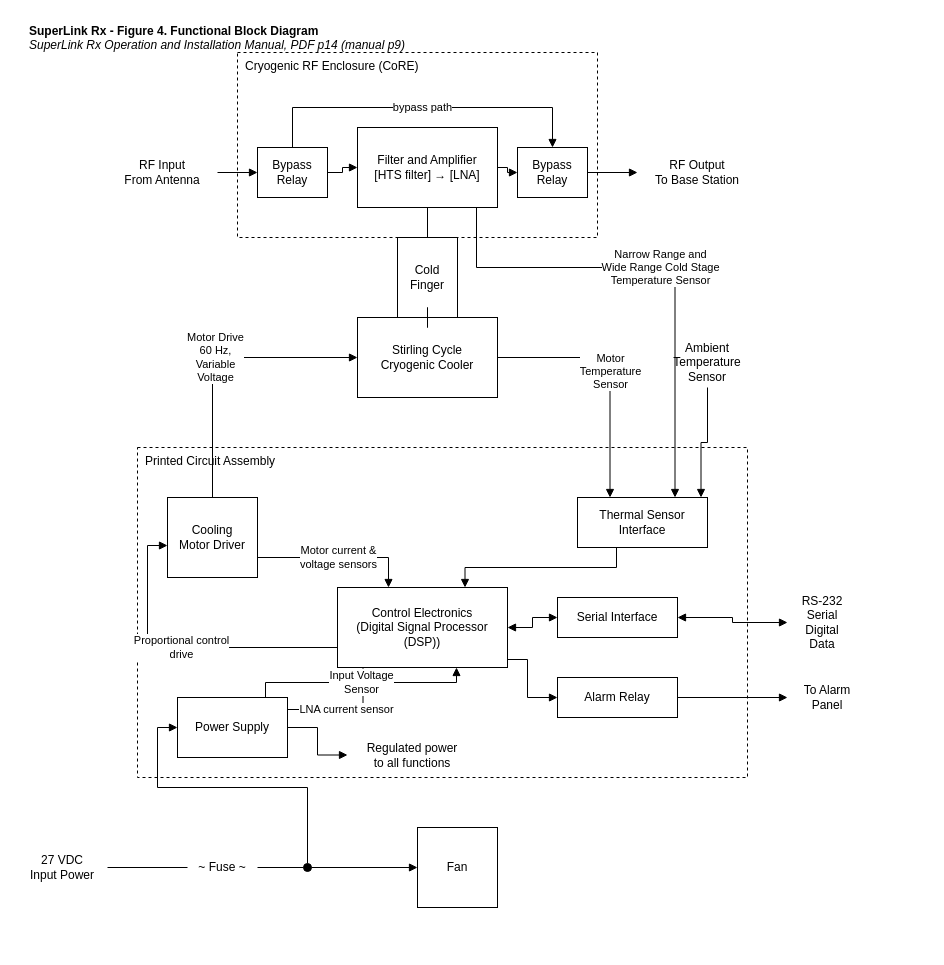
jhyland87/Cryocooler-Controller keeps this draw.io diagram as docs/oem-controller/manuals/diagrams/superlink_fig4_functional_block.drawio. Above is the earlier version. Source tidied: cells renumbered, new cells numbered last; positions are measured from the earlier drawing's top-left corner, leaving out a move shared by most shapes. Both pictures are drawn from the tidied source at 100%, with x=0, y=0 at pixel (17, 17).
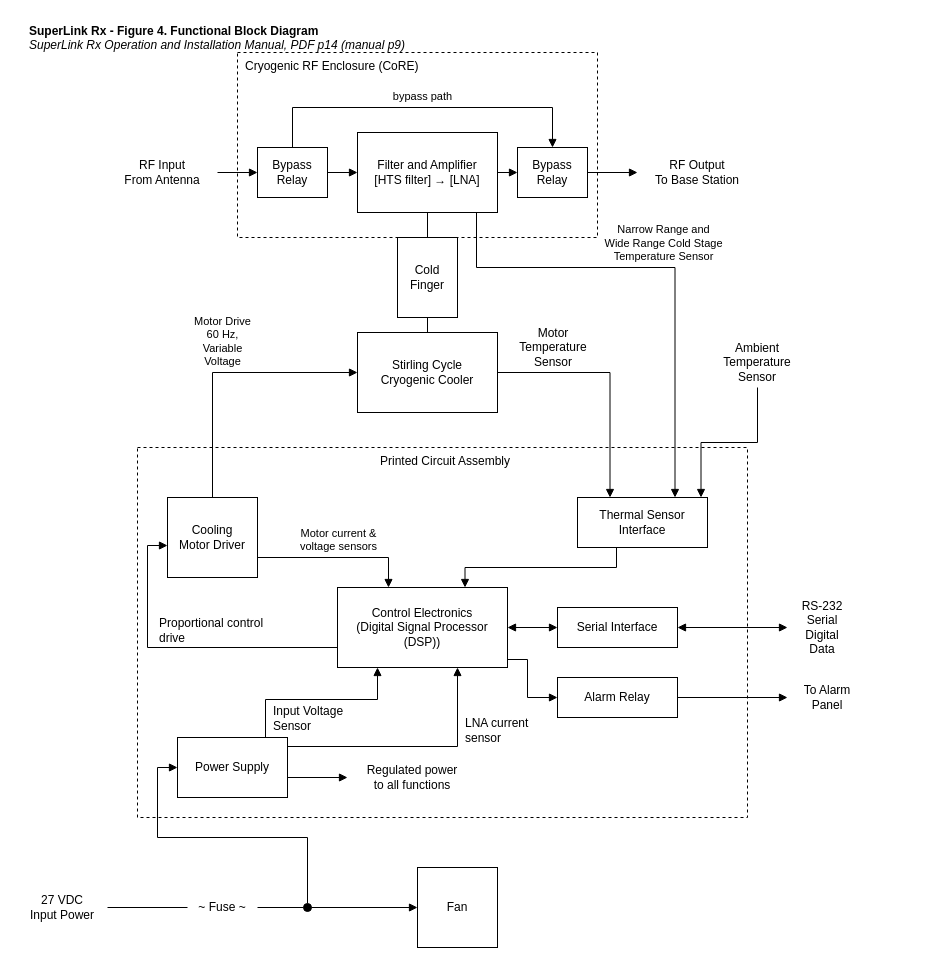
The same page after the edit.

The change refers to these unchanged cells:
```xml
<mxCell id="4" value="Bypass&lt;br&gt;Relay" style="rounded=0;whiteSpace=wrap;html=1;" parent="1" vertex="1">
  <mxGeometry x="240" y="130" width="70" height="50" as="geometry" />
</mxCell>
<mxCell id="6" value="Bypass&lt;br&gt;Relay" style="rounded=0;whiteSpace=wrap;html=1;" parent="1" vertex="1">
  <mxGeometry x="500" y="130" width="70" height="50" as="geometry" />
</mxCell>
<mxCell id="13" value="Cooling&lt;br&gt;Motor Driver" style="rounded=0;whiteSpace=wrap;html=1;" parent="1" vertex="1">
  <mxGeometry x="150" y="480" width="90" height="80" as="geometry" />
</mxCell>
<mxCell id="14" value="Thermal Sensor&lt;br&gt;Interface" style="rounded=0;whiteSpace=wrap;html=1;" parent="1" vertex="1">
  <mxGeometry x="560" y="480" width="130" height="50" as="geometry" />
</mxCell>
<mxCell id="15" value="Control Electronics&lt;br&gt;(Digital Signal Processor&lt;br&gt;(DSP))" style="rounded=0;whiteSpace=wrap;html=1;" parent="1" vertex="1">
  <mxGeometry x="320" y="570" width="170" height="80" as="geometry" />
</mxCell>
```

Diff of the diagram source:
```diff
@@
     <mxCell id="5" value="Filter and Amplifier&lt;br&gt;[HTS filter] → [LNA]" style="rounded=0;whiteSpace=wrap;html=1;" parent="1" vertex="1">
-      <mxGeometry x="340" y="110" width="140" height="80" as="geometry" />
+      <mxGeometry x="340" y="115" width="140" height="80" as="geometry" />
     </mxCell>
@@
     <mxCell id="10" value="Stirling Cycle&lt;br&gt;Cryogenic Cooler" style="rounded=0;whiteSpace=wrap;html=1;" parent="1" vertex="1">
-      <mxGeometry x="340" y="300" width="140" height="80" as="geometry" />
+      <mxGeometry x="340" y="315" width="140" height="80" as="geometry" />
     </mxCell>
     <mxCell id="11" value="Ambient&lt;br&gt;Temperature&lt;br&gt;Sensor" style="text;html=1;align=center;verticalAlign=middle;whiteSpace=wrap;strokeColor=none;fillColor=none;" parent="1" vertex="1">
-      <mxGeometry x="640" y="320" width="100" height="50" as="geometry" />
+      <mxGeometry x="690" y="320" width="100" height="50" as="geometry" />
     </mxCell>
-    <mxCell id="12" value="Printed Circuit Assembly" style="rounded=0;whiteSpace=wrap;html=1;dashed=1;fillColor=none;verticalAlign=top;align=left;spacingLeft=6;" parent="1" vertex="1">
-      <mxGeometry x="120" y="430" width="610" height="330" as="geometry" />
+    <mxCell id="12" value="Printed Circuit Assembly" style="rounded=0;whiteSpace=wrap;html=1;dashed=1;fillColor=none;verticalAlign=top;align=left;spacingLeft=6;align=center;" parent="1" vertex="1">
+      <mxGeometry x="120" y="430" width="610" height="370" as="geometry" />
     </mxCell>
@@
     <mxCell id="16" value="Serial Interface" style="rounded=0;whiteSpace=wrap;html=1;" parent="1" vertex="1">
-      <mxGeometry x="540" y="580" width="120" height="40" as="geometry" />
+      <mxGeometry x="540" y="590" width="120" height="40" as="geometry" />
     </mxCell>
     <mxCell id="17" value="RS-232&lt;br&gt;Serial&lt;br&gt;Digital&lt;br&gt;Data" style="text;html=1;align=center;verticalAlign=middle;whiteSpace=wrap;strokeColor=none;fillColor=none;" parent="1" vertex="1">
-      <mxGeometry x="770" y="570" width="70" height="70" as="geometry" />
+      <mxGeometry x="770" y="575" width="70" height="70" as="geometry" />
     </mxCell>
@@
     <mxCell id="20" value="Power Supply" style="rounded=0;whiteSpace=wrap;html=1;" parent="1" vertex="1">
-      <mxGeometry x="160" y="680" width="110" height="60" as="geometry" />
+      <mxGeometry x="160" y="720" width="110" height="60" as="geometry" />
     </mxCell>
     <mxCell id="21" value="Regulated power&lt;br&gt;to all functions" style="text;html=1;align=center;verticalAlign=middle;whiteSpace=wrap;strokeColor=none;fillColor=none;" parent="1" vertex="1">
-      <mxGeometry x="330" y="720" width="130" height="35" as="geometry" />
+      <mxGeometry x="330" y="742" width="130" height="36" as="geometry" />
     </mxCell>
     <mxCell id="22" value="27 VDC&lt;br&gt;Input Power" style="text;html=1;align=center;verticalAlign=middle;whiteSpace=wrap;strokeColor=none;fillColor=none;" parent="1" vertex="1">
-      <mxGeometry y="830" width="90" height="40" as="geometry" />
+      <mxGeometry y="870" width="90" height="40" as="geometry" />
     </mxCell>
     <mxCell id="23" value="~ Fuse ~" style="text;html=1;align=center;verticalAlign=middle;whiteSpace=wrap;strokeColor=none;fillColor=none;" parent="1" vertex="1">
-      <mxGeometry x="170" y="840" width="70" height="20" as="geometry" />
+      <mxGeometry x="170" y="880" width="70" height="20" as="geometry" />
     </mxCell>
     <mxCell id="24" style="ellipse;html=1;fillColor=#000000;strokeColor=#000000;" parent="1" vertex="1">
-      <mxGeometry x="286" y="846" width="8" height="8" as="geometry" />
+      <mxGeometry x="286" y="886" width="8" height="8" as="geometry" />
     </mxCell>
     <mxCell id="25" value="Fan" style="rounded=0;whiteSpace=wrap;html=1;" parent="1" vertex="1">
-      <mxGeometry x="400" y="810" width="80" height="80" as="geometry" />
+      <mxGeometry x="400" y="850" width="80" height="80" as="geometry" />
     </mxCell>
@@
-    <mxCell id="30" value="bypass path" style="edgeStyle=orthogonalEdgeStyle;rounded=0;html=1;endArrow=block;endFill=1;exitX=0.5;exitY=0;exitDx=0;exitDy=0;entryX=0.5;entryY=0;entryDx=0;entryDy=0;" parent="1" edge="1" source="4" target="6">
+    <mxCell id="30" value="bypass path" style="edgeStyle=orthogonalEdgeStyle;rounded=0;html=1;endArrow=block;endFill=1;exitX=0.5;exitY=0;exitDx=0;exitDy=0;entryX=0.5;entryY=0;entryDx=0;entryDy=0;verticalAlign=bottom;labelBackgroundColor=none;spacingBottom=2;" parent="1" edge="1" source="4" target="6">
       <mxGeometry relative="1" as="geometry">
         <Array as="points">
           <mxPoint x="275" y="90" />
           <mxPoint x="535" y="90" />
         </Array>
       </mxGeometry>
     </mxCell>
@@
-    <mxCell id="33" value="Narrow Range and&lt;br&gt;Wide Range Cold Stage&lt;br&gt;Temperature Sensor" style="edgeStyle=orthogonalEdgeStyle;rounded=0;html=1;endArrow=block;endFill=1;exitX=0.85;exitY=1;exitDx=0;exitDy=0;entryX=0.75;entryY=0;entryDx=0;entryDy=0;" parent="1" edge="1" source="5" target="14">
+    <mxCell id="33" value="Narrow Range and&lt;br&gt;Wide Range Cold Stage&lt;br&gt;Temperature Sensor" style="edgeStyle=orthogonalEdgeStyle;rounded=0;html=1;endArrow=block;endFill=1;exitX=0.85;exitY=1;exitDx=0;exitDy=0;entryX=0.75;entryY=0;entryDx=0;entryDy=0;verticalAlign=bottom;labelBackgroundColor=none;spacingBottom=2;" parent="1" edge="1" source="5" target="14">
       <mxGeometry relative="1" as="geometry">
         <Array as="points">
           <mxPoint x="459" y="250" />
           <mxPoint x="657" y="250" />
         </Array>
       </mxGeometry>
     </mxCell>
-    <mxCell id="34" value="Motor&lt;br&gt;Temperature&lt;br&gt;Sensor" style="edgeStyle=orthogonalEdgeStyle;rounded=0;html=1;endArrow=block;endFill=1;entryX=0.25;entryY=0;entryDx=0;entryDy=0;" parent="1" edge="1" source="10" target="14">
+    <mxCell id="34" style="edgeStyle=orthogonalEdgeStyle;rounded=0;html=1;endArrow=block;endFill=1;entryX=0.25;entryY=0;entryDx=0;entryDy=0;" parent="1" edge="1" source="10" target="14">
       <mxGeometry relative="1" as="geometry">
         <Array as="points">
-          <mxPoint x="592" y="340" />
+          <mxPoint x="592" y="355" />
         </Array>
       </mxGeometry>
     </mxCell>
+    <mxCell id="51" value="Motor&lt;br&gt;Temperature&lt;br&gt;Sensor" style="text;html=1;align=center;verticalAlign=middle;whiteSpace=wrap;strokeColor=none;fillColor=none;" parent="1" vertex="1">
+      <mxGeometry x="486" y="309" width="100" height="42" as="geometry" />
+    </mxCell>
@@
-    <mxCell id="36" value="Motor Drive&lt;br&gt;60 Hz,&lt;br&gt;Variable&lt;br&gt;Voltage" style="edgeStyle=orthogonalEdgeStyle;rounded=0;html=1;endArrow=block;endFill=1;exitX=0.5;exitY=0;exitDx=0;exitDy=0;entryX=0;entryY=0.5;entryDx=0;entryDy=0;" parent="1" edge="1" source="13" target="10">
+    <mxCell id="36" value="Motor Drive&lt;br&gt;60 Hz,&lt;br&gt;Variable&lt;br&gt;Voltage" style="edgeStyle=orthogonalEdgeStyle;rounded=0;html=1;endArrow=block;endFill=1;exitX=0.5;exitY=0;exitDx=0;exitDy=0;entryX=0;entryY=0.5;entryDx=0;entryDy=0;verticalAlign=bottom;labelBackgroundColor=none;spacingBottom=2;" parent="1" edge="1" source="13" target="10">
       <mxGeometry relative="1" as="geometry">
         <Array as="points">
-          <mxPoint x="195" y="340" />
+          <mxPoint x="195" y="355" />
         </Array>
       </mxGeometry>
     </mxCell>
-    <mxCell id="37" value="Motor current &amp;amp;&lt;br&gt;voltage sensors" style="edgeStyle=orthogonalEdgeStyle;rounded=0;html=1;endArrow=block;endFill=1;exitX=1;exitY=0.75;exitDx=0;exitDy=0;entryX=0.3;entryY=0;entryDx=0;entryDy=0;" parent="1" edge="1" source="13" target="15">
+    <mxCell id="37" value="Motor current &amp;amp;&lt;br&gt;voltage sensors" style="edgeStyle=orthogonalEdgeStyle;rounded=0;html=1;endArrow=block;endFill=1;exitX=1;exitY=0.75;exitDx=0;exitDy=0;entryX=0.3;entryY=0;entryDx=0;entryDy=0;verticalAlign=bottom;labelBackgroundColor=none;spacingBottom=2;" parent="1" edge="1" source="13" target="15">
       <mxGeometry relative="1" as="geometry">
         <Array as="points">
           <mxPoint x="371" y="540" />
         </Array>
       </mxGeometry>
     </mxCell>
@@
-    <mxCell id="41" value="Proportional control&lt;br&gt;drive" style="edgeStyle=orthogonalEdgeStyle;rounded=0;html=1;endArrow=block;endFill=1;exitX=0;exitY=0.75;exitDx=0;exitDy=0;entryX=0;entryY=0.6;entryDx=0;entryDy=0;" parent="1" edge="1" source="15" target="13">
+    <mxCell id="41" style="edgeStyle=orthogonalEdgeStyle;rounded=0;html=1;endArrow=block;endFill=1;exitX=0;exitY=0.75;exitDx=0;exitDy=0;entryX=0;entryY=0.6;entryDx=0;entryDy=0;" parent="1" edge="1" source="15" target="13">
       <mxGeometry relative="1" as="geometry">
         <Array as="points">
           <mxPoint x="130" y="630" />
           <mxPoint x="130" y="528" />
         </Array>
       </mxGeometry>
     </mxCell>
+    <mxCell id="52" value="Proportional control&lt;br&gt;drive" style="text;html=1;align=center;verticalAlign=middle;whiteSpace=wrap;strokeColor=none;fillColor=none;align=left;" parent="1" vertex="1">
+      <mxGeometry x="140" y="598" width="175" height="30" as="geometry" />
+    </mxCell>
@@
-    <mxCell id="44" value="LNA current sensor" style="edgeStyle=orthogonalEdgeStyle;rounded=0;html=1;endArrow=block;endFill=1;exitX=1;exitY=0.2;exitDx=0;exitDy=0;entryX=0.15;entryY=1;entryDx=0;entryDy=0;" parent="1" edge="1" source="20" target="15">
+    <mxCell id="44" style="edgeStyle=orthogonalEdgeStyle;rounded=0;html=1;endArrow=block;endFill=1;exitX=1;exitY=0.15;exitDx=0;exitDy=0;entryX=0.7058823529411765;entryY=1;entryDx=0;entryDy=0;" parent="1" edge="1" source="20" target="15">
       <mxGeometry relative="1" as="geometry">
         <Array as="points">
-          <mxPoint x="345" y="692" />
+          <mxPoint x="440" y="729" />
         </Array>
       </mxGeometry>
     </mxCell>
+    <mxCell id="53" value="LNA current&lt;br&gt;sensor" style="text;html=1;align=center;verticalAlign=middle;whiteSpace=wrap;strokeColor=none;fillColor=none;align=left;" parent="1" vertex="1">
+      <mxGeometry x="446" y="698" width="90" height="30" as="geometry" />
+    </mxCell>
-    <mxCell id="45" value="Input Voltage&lt;br&gt;Sensor" style="edgeStyle=orthogonalEdgeStyle;rounded=0;html=1;endArrow=block;endFill=1;exitX=0.8;exitY=0;exitDx=0;exitDy=0;entryX=0.7;entryY=1;entryDx=0;entryDy=0;" parent="1" edge="1" source="20" target="15">
+    <mxCell id="45" style="edgeStyle=orthogonalEdgeStyle;rounded=0;html=1;endArrow=block;endFill=1;exitX=0.8;exitY=0;exitDx=0;exitDy=0;entryX=0.23529411764705882;entryY=1;entryDx=0;entryDy=0;" parent="1" edge="1" source="20" target="15">
       <mxGeometry relative="1" as="geometry">
         <Array as="points">
-          <mxPoint x="248" y="665" />
-          <mxPoint x="439" y="665" />
+          <mxPoint x="248" y="682" />
+          <mxPoint x="360" y="682" />
         </Array>
       </mxGeometry>
     </mxCell>
+    <mxCell id="54" value="Input Voltage&lt;br&gt;Sensor" style="text;html=1;align=center;verticalAlign=middle;whiteSpace=wrap;strokeColor=none;fillColor=none;align=left;" parent="1" vertex="1">
+      <mxGeometry x="254" y="686" width="100" height="30" as="geometry" />
+    </mxCell>
-    <mxCell id="46" style="edgeStyle=orthogonalEdgeStyle;rounded=0;html=1;endArrow=block;endFill=1;" parent="1" edge="1" source="20" target="21">
+    <mxCell id="46" style="edgeStyle=orthogonalEdgeStyle;rounded=0;html=1;endArrow=block;endFill=1;exitX=1;exitY=0.6666666666666666;exitDx=0;exitDy=0;entryX=0;entryY=0.5;entryDx=0;entryDy=0;" parent="1" edge="1" source="20" target="21">
       <mxGeometry relative="1" as="geometry" />
     </mxCell>
@@
     <mxCell id="50" style="edgeStyle=orthogonalEdgeStyle;rounded=0;html=1;endArrow=block;endFill=1;entryX=0;entryY=0.5;entryDx=0;entryDy=0;" parent="1" edge="1" source="24" target="20">
       <mxGeometry relative="1" as="geometry">
         <Array as="points">
-          <mxPoint x="290" y="770" />
-          <mxPoint x="140" y="770" />
-          <mxPoint x="140" y="710" />
+          <mxPoint x="290" y="820" />
+          <mxPoint x="140" y="820" />
+          <mxPoint x="140" y="750" />
         </Array>
       </mxGeometry>
     </mxCell>
```
